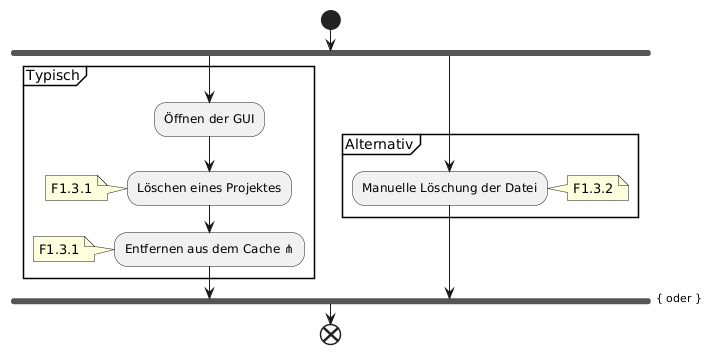
Above: wiki/topics/Inkremente/00/Diagramme/Anforderungsanalyse_005.png in SoftwareEngineeringOne/wiki (PlantUML), before the change. Its diagram source:
```plantuml
@startuml
start
fork
partition Typisch {
    :Öffnen der GUI;
    :Löschen eines Projektes;
    note: F1.3.1
    :Entfernen aus dem Cache ⋔;
    note: F1.3.1
}
fork again
partition Alternativ {
    :Manuelle Löschung der Datei;
    note right: F1.3.2
}
end fork { oder }
end

@enduml
```
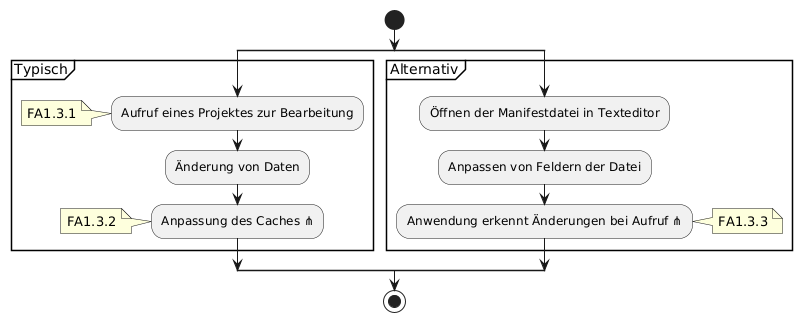
The same diagram one commit later.

Change to the diagram source:
```diff
@@ -1,19 +1,21 @@
 @startuml
 start
-fork
+split
 partition Typisch {
-    :Öffnen der GUI;
-    :Löschen eines Projektes;
-    note: F1.3.1
-    :Entfernen aus dem Cache ⋔;
-    note: F1.3.1
+    :Aufruf eines Projektes zur Bearbeitung;
+    note: FA1.3.1
+    :Änderung von Daten;
+    :Anpassung des Caches ⋔;
+    note: FA1.3.2
 }
-fork again
+split again
 partition Alternativ {
-    :Manuelle Löschung der Datei;
-    note right: F1.3.2
+    :Öffnen der Manifestdatei in Texteditor;
+    :Anpassen von Feldern der Datei;
+    :Anwendung erkennt Änderungen bei Aufruf ⋔;
+    note right: FA1.3.3
 }
-end fork { oder }
-end
+end split
+stop
 
 @enduml
```
